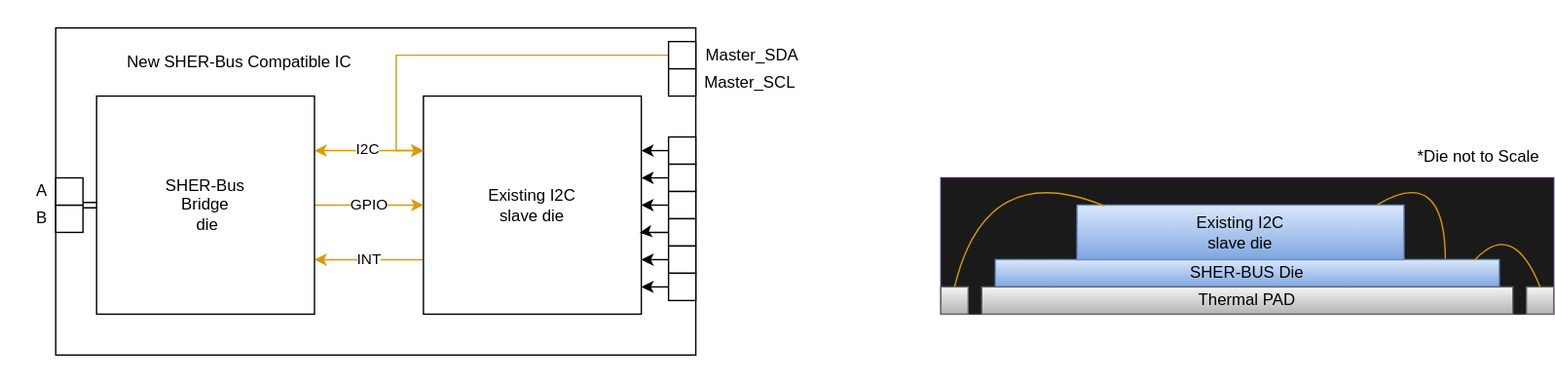
Earlier version of the draw.io export Intergrated_bridge.svg (cdg66/BUS_figures). Source tidied: cells renumbered, new cells last; positions are measured from the earlier drawing's top-left corner, leaving out a move shared by most shapes.
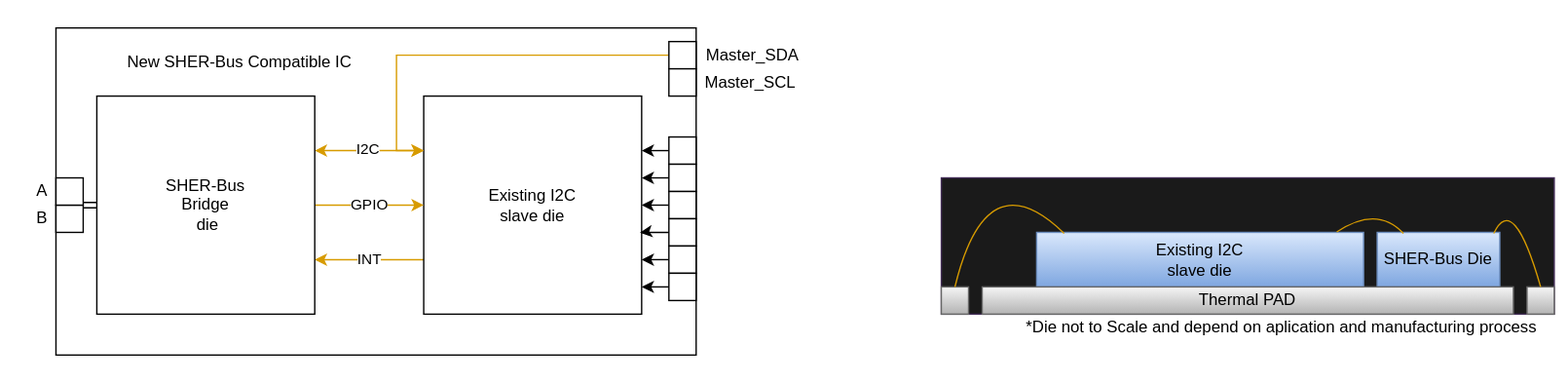
Later version of the same file.

Change to the diagram source:
```diff
@@ -101,11 +101,11 @@
         <mxPoint x="70" y="150" as="targetPoint" />
       </mxGeometry>
     </mxCell>
-    <mxCell id="34" value="SHER-BUS Die" style="rounded=0;whiteSpace=wrap;html=1;fillColor=#dae8fc;gradientColor=#7ea6e0;strokeColor=#6c8ebf;" parent="1" vertex="1">
-      <mxGeometry x="730" y="190" width="370" height="20" as="geometry" />
+    <mxCell id="34" value="SHER-Bus Die" style="rounded=0;whiteSpace=wrap;html=1;fillColor=#dae8fc;gradientColor=#7ea6e0;strokeColor=#6c8ebf;" parent="1" vertex="1">
+      <mxGeometry x="1010" y="170" width="90" height="40" as="geometry" />
     </mxCell>
     <mxCell id="35" value="&lt;div&gt;Existing I2C&lt;/div&gt;&lt;div&gt;slave die&lt;/div&gt;" style="rounded=0;whiteSpace=wrap;html=1;fillColor=#dae8fc;gradientColor=#7ea6e0;strokeColor=#6c8ebf;" parent="1" vertex="1">
-      <mxGeometry x="790" y="150" width="240" height="40" as="geometry" />
+      <mxGeometry x="760" y="170" width="240" height="40" as="geometry" />
     </mxCell>
     <mxCell id="36" style="whiteSpace=wrap;html=1;fillColor=#f5f5f5;gradientColor=#b3b3b3;strokeColor=#666666;" parent="1" vertex="1">
       <mxGeometry x="1120" y="210" width="20" height="20" as="geometry" />
@@ -113,8 +113,8 @@
     <mxCell id="37" style="whiteSpace=wrap;html=1;fillColor=#f5f5f5;gradientColor=#b3b3b3;strokeColor=#666666;" parent="1" vertex="1">
       <mxGeometry x="690" y="210" width="20" height="20" as="geometry" />
     </mxCell>
-    <mxCell id="38" value="*Die not to Scale" style="text;html=1;strokeColor=none;fillColor=none;align=center;verticalAlign=middle;whiteSpace=wrap;rounded=0;" parent="1" vertex="1">
-      <mxGeometry x="1030" y="105" width="110" height="20" as="geometry" />
+    <mxCell id="38" value="*Die not to Scale and depend on aplication and manufacturing process" style="text;html=1;strokeColor=none;fillColor=none;align=center;verticalAlign=middle;whiteSpace=wrap;rounded=0;" parent="1" vertex="1">
+      <mxGeometry x="730" y="230" width="420" height="20" as="geometry" />
     </mxCell>
     <mxCell id="39" style="endArrow=none;html=1;curved=1;exitX=0.5;exitY=0;exitDx=0;exitDy=0;entryX=0.084;entryY=0.017;entryDx=0;entryDy=0;entryPerimeter=0;fillColor=#ffe6cc;strokeColor=#d79b00;" parent="1" edge="1" source="37" target="35">
       <mxGeometry relative="1" as="geometry">
@@ -123,10 +123,10 @@
         </Array>
       </mxGeometry>
     </mxCell>
-    <mxCell id="40" style="endArrow=none;html=1;entryX=0.893;entryY=-0.033;entryDx=0;entryDy=0;entryPerimeter=0;exitX=0.918;exitY=-0.008;exitDx=0;exitDy=0;exitPerimeter=0;curved=1;fillColor=#ffe6cc;strokeColor=#d79b00;" parent="1" edge="1" source="35" target="34">
+    <mxCell id="40" style="endArrow=none;html=1;entryX=0.214;entryY=0.019;entryDx=0;entryDy=0;entryPerimeter=0;exitX=0.918;exitY=-0.008;exitDx=0;exitDy=0;exitPerimeter=0;curved=1;fillColor=#ffe6cc;strokeColor=#d79b00;" parent="1" edge="1" source="35" target="34">
       <mxGeometry relative="1" as="geometry">
         <Array as="points">
-          <mxPoint x="1060" y="120" />
+          <mxPoint x="1010" y="150" />
         </Array>
       </mxGeometry>
     </mxCell>
@@ -136,7 +136,7 @@
     <mxCell id="42" style="endArrow=none;html=1;curved=1;entryX=0.5;entryY=0;entryDx=0;entryDy=0;exitX=0.951;exitY=0.02;exitDx=0;exitDy=0;exitPerimeter=0;fillColor=#ffe6cc;strokeColor=#d79b00;" parent="1" edge="1" source="34" target="36">
       <mxGeometry relative="1" as="geometry">
         <Array as="points">
-          <mxPoint x="1110" y="160" />
+          <mxPoint x="1110" y="140" />
         </Array>
       </mxGeometry>
     </mxCell>
```
